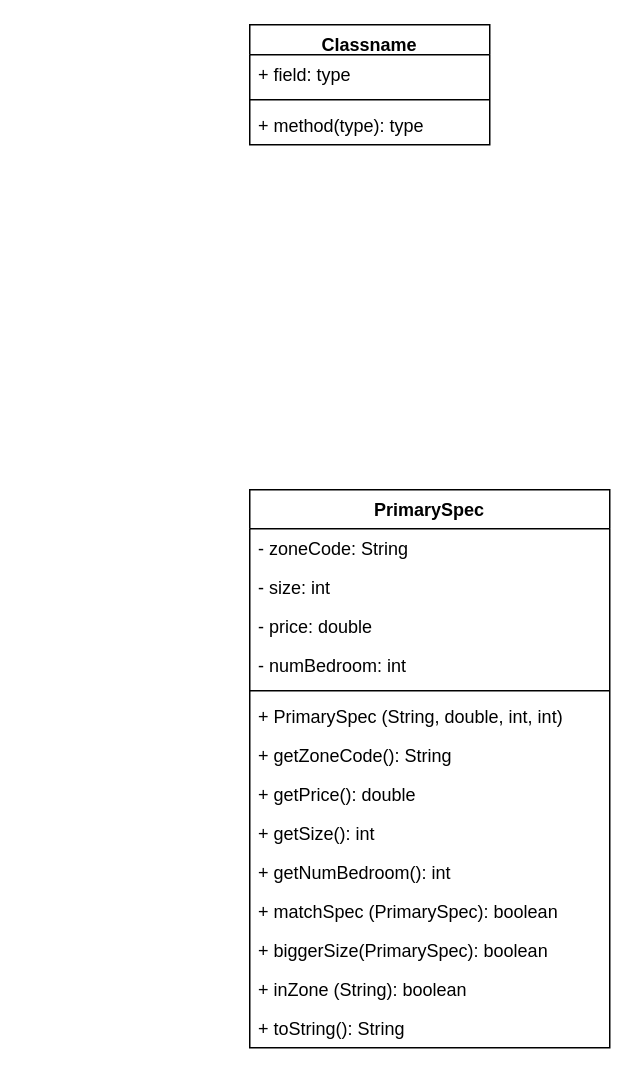
Earlier version of the draw.io diagram OOP/RealtyDatabase/RealtyDatabase.drawio (wang-owen/ICS4U). Source tidied: cells renumbered, new cells numbered last; positions are measured from the earlier drawing's top-left corner, leaving out a move shared by most shapes. Both pictures are drawn from the tidied source at 150%, with x=0, y=0 at pixel (249, 24).
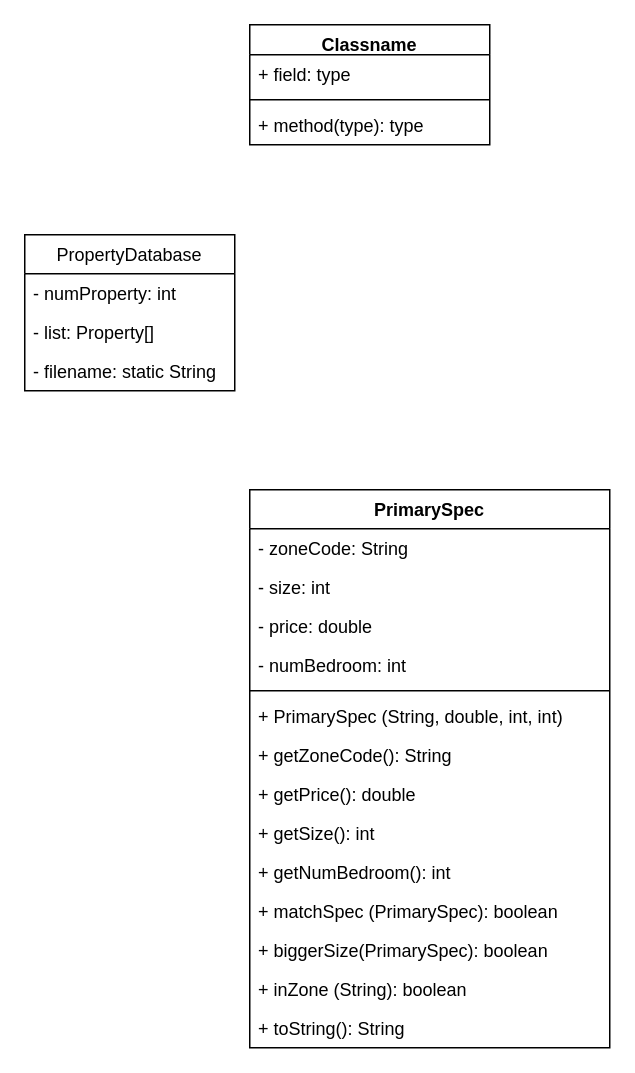
After the change.

Diff of the diagram source:
```diff
@@
+    <mxCell id="21" value="PropertyDatabase" style="swimlane;fontStyle=0;horizontal=1;startSize=26;fillColor=none;" parent="1" vertex="1">
+      <mxGeometry x="-150" y="140" width="140" height="104" as="geometry" />
+    </mxCell>
+    <mxCell id="22" value="- numProperty: int" style="text;strokeColor=none;fillColor=none;align=left;verticalAlign=top;spacingLeft=4;spacingRight=4;overflow=hidden;" parent="21" vertex="1">
+      <mxGeometry y="26" width="140" height="26" as="geometry" />
+    </mxCell>
+    <mxCell id="23" value="- list: Property[]" style="text;strokeColor=none;fillColor=none;align=left;verticalAlign=top;spacingLeft=4;spacingRight=4;overflow=hidden;" parent="21" vertex="1">
+      <mxGeometry y="52" width="140" height="26" as="geometry" />
+    </mxCell>
+    <mxCell id="24" value="- filename: static String" style="text;strokeColor=none;fillColor=none;align=left;verticalAlign=top;spacingLeft=4;spacingRight=4;overflow=hidden;" parent="21" vertex="1">
+      <mxGeometry y="78" width="140" height="26" as="geometry" />
+    </mxCell>
```
